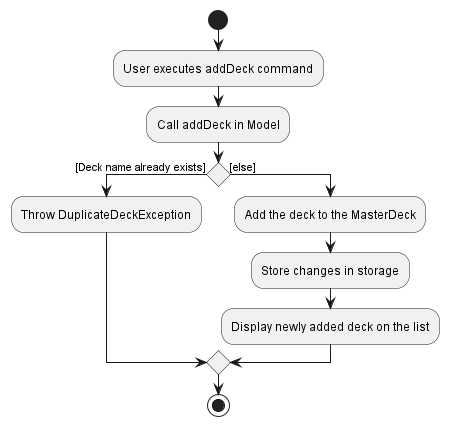
The PlantUML diagram docs/images/AddDceckActivityDiagram.png in nus-cs2103-AY2223S2/tp, before a commit.
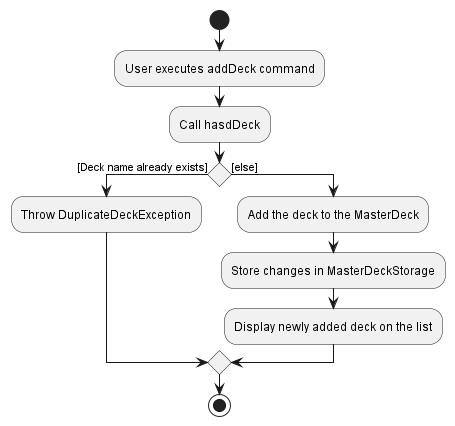
After the change.

Commit message:
Update activity diagram

The edit, as a diff of the source:
```diff
@@ -3,13 +3,13 @@
 start
 :User executes addDeck command;
 
-:Call addDeck in Model;
+:Call hasdDeck;
 
 if () then ([Deck name already exists])
     :Throw DuplicateDeckException;
 else ([else])
     :Add the deck to the MasterDeck;
-    :Store changes in storage;
+    :Store changes in MasterDeckStorage;
     :Display newly added deck on the list;
 
 endif
```
